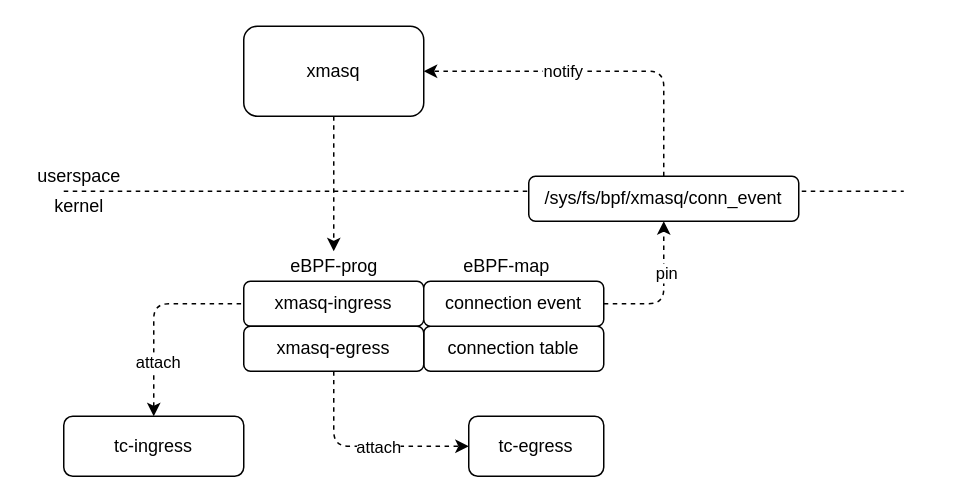
Above: xmasq-arch.drawio in AirbornWdd/doc (draw.io), before the change. Source tidied: cells renumbered, new cells numbered last; positions are measured from the earlier drawing's top-left corner, leaving out a move shared by most shapes. Both pictures are drawn from the tidied source at 150%, with x=0, y=0 at pixel (26, 26).
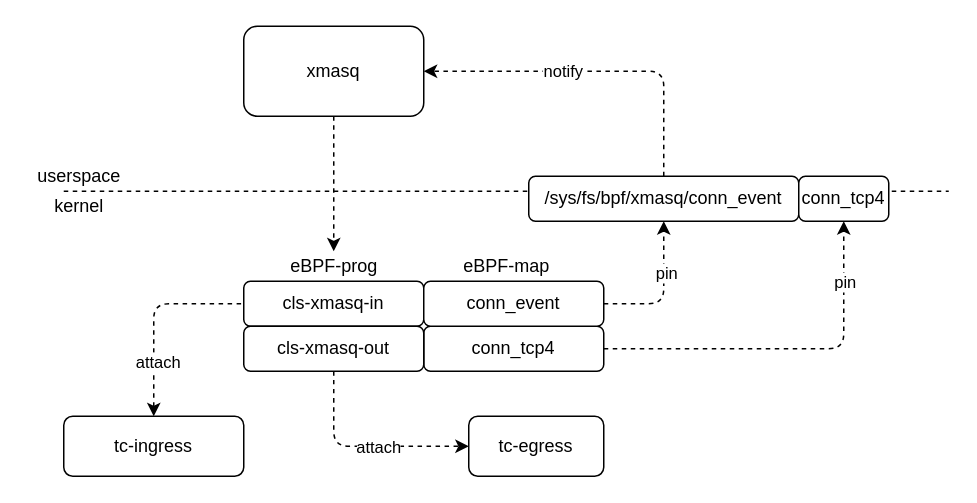
Above is the later version.

The edit, as a diff of the source:
```diff
@@
     <mxCell id="2" style="endArrow=none;dashed=1;html=1;" parent="1" edge="1">
       <mxGeometry relative="1" as="geometry">
         <mxPoint x="25" y="110" as="sourcePoint" />
-        <mxPoint x="585" y="110" as="targetPoint" />
+        <mxPoint x="615" y="110" as="targetPoint" />
       </mxGeometry>
     </mxCell>
@@
-    <mxCell id="4" value="connection table" style="rounded=1;whiteSpace=wrap;html=1;" parent="1" vertex="1">
+    <mxCell id="4" value="conn_tcp4" style="rounded=1;whiteSpace=wrap;html=1;" parent="1" vertex="1">
       <mxGeometry x="265" y="200" width="120" height="30" as="geometry" />
     </mxCell>
@@
-    <mxCell id="8" value="xmasq-ingress" style="rounded=1;whiteSpace=wrap;html=1;" parent="1" vertex="1">
+    <mxCell id="8" value="cls-xmasq-in" style="rounded=1;whiteSpace=wrap;html=1;" parent="1" vertex="1">
       <mxGeometry x="145" y="170" width="120" height="30" as="geometry" />
     </mxCell>
-    <mxCell id="9" value="xmasq-egress" style="rounded=1;whiteSpace=wrap;html=1;" parent="1" vertex="1">
+    <mxCell id="9" value="cls-xmasq-out" style="rounded=1;whiteSpace=wrap;html=1;" parent="1" vertex="1">
       <mxGeometry x="145" y="200" width="120" height="30" as="geometry" />
     </mxCell>
@@
-    <mxCell id="12" value="connection event" style="rounded=1;whiteSpace=wrap;html=1;" parent="1" vertex="1">
+    <mxCell id="12" value="conn_event" style="rounded=1;whiteSpace=wrap;html=1;" parent="1" vertex="1">
       <mxGeometry x="265" y="170" width="120" height="30" as="geometry" />
     </mxCell>
@@
+    <mxCell id="24" value="conn_tcp4" style="rounded=1;whiteSpace=wrap;html=1;" parent="1" vertex="1">
+      <mxGeometry x="515" y="100" width="60" height="30" as="geometry" />
+    </mxCell>
+    <mxCell id="25" style="endArrow=classic;html=1;exitX=1;exitY=0.5;exitDx=0;exitDy=0;entryX=0.5;entryY=1;entryDx=0;entryDy=0;startArrow=none;startFill=0;dashed=1;" parent="1" edge="1" source="4" target="24">
+      <mxGeometry relative="1" as="geometry">
+        <Array as="points">
+          <mxPoint x="545" y="215" />
+        </Array>
+      </mxGeometry>
+    </mxCell>
+    <mxCell id="26" value="pin" style="edgeLabel;html=1;align=center;verticalAlign=middle;" parent="25" vertex="1">
+      <mxGeometry x="0.28" y="-1" relative="1" as="geometry">
+        <mxPoint x="3" y="-46" as="offset" />
+      </mxGeometry>
+    </mxCell>
```
